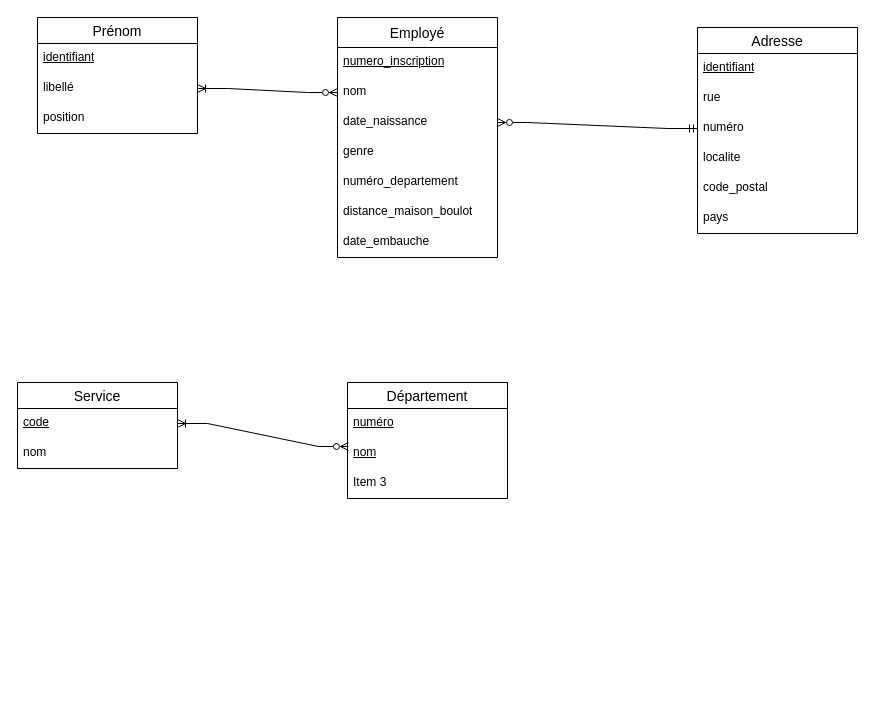
Earlier version of the draw.io diagram BDD_serie4.drawio (afhistos/DrawIO-Projects). Source tidied: cells renumbered, new cells numbered last; positions are measured from the earlier drawing's top-left corner, leaving out a move shared by most shapes. Both pictures are drawn from the tidied source at 100%, with x=0, y=0 at pixel (17, 17).
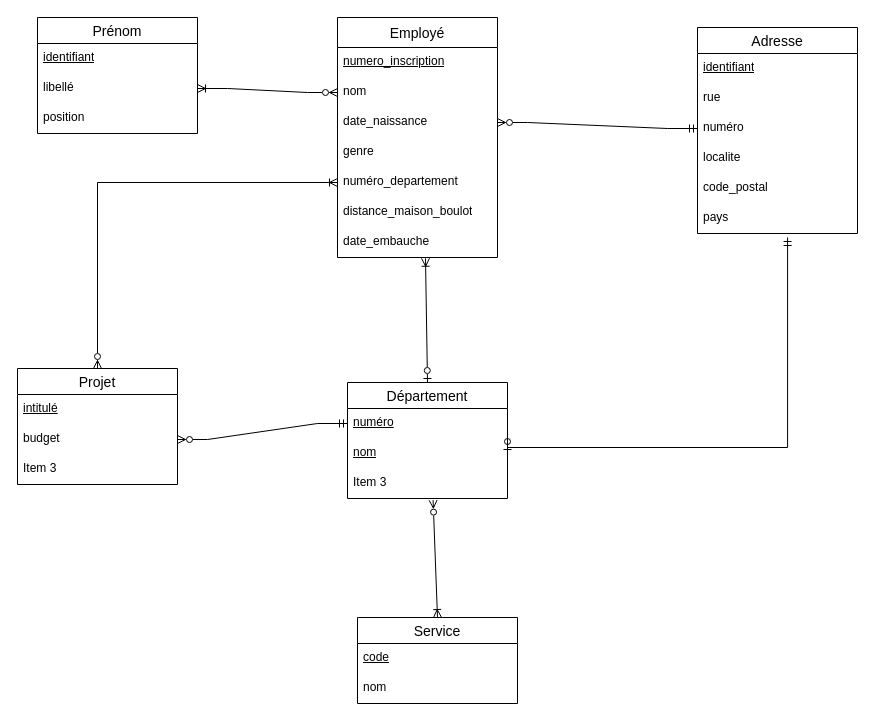
The same diagram, later.

Commit message (it also covers changes not shown here):
Mettre à jour BDD_serie4.drawio

Unchanged cells that the change refers to:
```xml
<mxCell id="7" value="numéro_departement" style="text;strokeColor=none;fillColor=none;spacingLeft=4;spacingRight=4;overflow=hidden;points=[[0,0.5],[1,0.5]];portConstraint=eastwest;fontSize=12;whiteSpace=wrap;html=1;" parent="2" vertex="1">
  <mxGeometry y="150" width="160" height="30" as="geometry" />
</mxCell>
<mxCell id="9" value="date_embauche" style="text;strokeColor=none;fillColor=none;spacingLeft=4;spacingRight=4;overflow=hidden;points=[[0,0.5],[1,0.5]];portConstraint=eastwest;fontSize=12;whiteSpace=wrap;html=1;" parent="2" vertex="1">
  <mxGeometry y="210" width="160" height="30" as="geometry" />
</mxCell>
<mxCell id="21" value="pays" style="text;strokeColor=none;fillColor=none;spacingLeft=4;spacingRight=4;overflow=hidden;points=[[0,0.5],[1,0.5]];portConstraint=eastwest;fontSize=12;whiteSpace=wrap;html=1;" parent="15" vertex="1">
  <mxGeometry y="176" width="160" height="30" as="geometry" />
</mxCell>
<mxCell id="23" value="Département" style="swimlane;fontStyle=0;horizontal=1;startSize=26;align=center;fontSize=14;" parent="1" vertex="1">
  <mxGeometry x="330" y="365" width="160" height="116" as="geometry" />
</mxCell>
<mxCell id="24" value="&lt;u&gt;numéro&lt;/u&gt;" style="text;strokeColor=none;fillColor=none;spacingLeft=4;spacingRight=4;overflow=hidden;points=[[0,0.5],[1,0.5]];portConstraint=eastwest;fontSize=12;whiteSpace=wrap;html=1;" parent="23" vertex="1">
  <mxGeometry y="26" width="160" height="30" as="geometry" />
</mxCell>
<mxCell id="25" value="&lt;u&gt;nom&lt;/u&gt;" style="text;strokeColor=none;fillColor=none;spacingLeft=4;spacingRight=4;overflow=hidden;points=[[0,0.5],[1,0.5]];portConstraint=eastwest;fontSize=12;whiteSpace=wrap;html=1;" parent="23" vertex="1">
  <mxGeometry y="56" width="160" height="30" as="geometry" />
</mxCell>
<mxCell id="26" value="Item 3" style="text;strokeColor=none;fillColor=none;spacingLeft=4;spacingRight=4;overflow=hidden;points=[[0,0.5],[1,0.5]];portConstraint=eastwest;fontSize=12;whiteSpace=wrap;html=1;" parent="23" vertex="1">
  <mxGeometry y="86" width="160" height="30" as="geometry" />
</mxCell>
<mxCell id="28" value="&lt;u&gt;code&lt;/u&gt;" style="text;strokeColor=none;fillColor=none;spacingLeft=4;spacingRight=4;overflow=hidden;points=[[0,0.5],[1,0.5]];portConstraint=eastwest;fontSize=12;whiteSpace=wrap;html=1;" parent="27" vertex="1">
  <mxGeometry y="26" width="160" height="30" as="geometry" />
</mxCell>
```

The edit, as a diff of the source:
```diff
@@
     <mxCell id="27" value="Service" style="swimlane;fontStyle=0;horizontal=1;startSize=26;align=center;fontSize=14;" parent="1" vertex="1">
-      <mxGeometry y="365" width="160" height="86" as="geometry" />
+      <mxGeometry x="340" y="600" width="160" height="86" as="geometry" />
     </mxCell>
@@
-    <mxCell id="30" style="edgeStyle=entityRelationEdgeStyle;fontSize=12;html=1;endArrow=ERzeroToMany;rounded=0;entryX=0.006;entryY=0.267;entryDx=0;entryDy=0;entryPerimeter=0;exitX=1;exitY=0.5;exitDx=0;exitDy=0;startArrow=ERoneToMany;startFill=0;endFill=0;" parent="1" edge="1" source="28" target="25">
+    <mxCell id="30" style="fontSize=12;html=1;endArrow=ERzeroToMany;rounded=0;entryX=0.535;entryY=1.055;entryDx=0;entryDy=0;entryPerimeter=0;exitX=0.5;exitY=0;exitDx=0;exitDy=0;startArrow=ERoneToMany;startFill=0;endFill=0;" parent="1" edge="1" source="27" target="26">
       <mxGeometry relative="1" as="geometry" />
     </mxCell>
+    <mxCell id="31" style="fontSize=12;html=1;endArrow=ERoneToMany;endFill=0;rounded=0;entryX=0.55;entryY=1.025;entryDx=0;entryDy=0;entryPerimeter=0;exitX=0.5;exitY=0;exitDx=0;exitDy=0;startArrow=ERzeroToOne;startFill=0;" parent="1" edge="1" source="23" target="9">
+      <mxGeometry relative="1" as="geometry" />
+    </mxCell>
+    <mxCell id="32" style="edgeStyle=elbowEdgeStyle;fontSize=12;html=1;endArrow=ERmandOne;rounded=0;elbow=vertical;entryX=0.563;entryY=1.133;entryDx=0;entryDy=0;entryPerimeter=0;exitX=1;exitY=0.5;exitDx=0;exitDy=0;startArrow=ERzeroToOne;startFill=0;endFill=0;" parent="1" edge="1" source="25" target="21">
+      <mxGeometry relative="1" as="geometry">
+        <Array as="points">
+          <mxPoint x="650" y="430" />
+        </Array>
+      </mxGeometry>
+    </mxCell>
+    <mxCell id="33" value="Projet" style="swimlane;fontStyle=0;horizontal=1;startSize=26;align=center;fontSize=14;" parent="1" vertex="1">
+      <mxGeometry y="351" width="160" height="116" as="geometry" />
+    </mxCell>
+    <mxCell id="34" value="&lt;u&gt;intitulé&lt;/u&gt;" style="text;strokeColor=none;fillColor=none;spacingLeft=4;spacingRight=4;overflow=hidden;fontSize=12;whiteSpace=wrap;html=1;" parent="33" vertex="1">
+      <mxGeometry y="26" width="160" height="30" as="geometry" />
+    </mxCell>
+    <mxCell id="35" value="budget" style="text;strokeColor=none;fillColor=none;spacingLeft=4;spacingRight=4;overflow=hidden;points=[[0,0.5],[1,0.5]];portConstraint=eastwest;fontSize=12;whiteSpace=wrap;html=1;" parent="33" vertex="1">
+      <mxGeometry y="56" width="160" height="30" as="geometry" />
+    </mxCell>
+    <mxCell id="36" value="Item 3" style="text;strokeColor=none;fillColor=none;spacingLeft=4;spacingRight=4;overflow=hidden;fontSize=12;whiteSpace=wrap;html=1;" parent="33" vertex="1">
+      <mxGeometry y="86" width="160" height="30" as="geometry" />
+    </mxCell>
+    <mxCell id="37" style="edgeStyle=entityRelationEdgeStyle;fontSize=12;html=1;endArrow=ERmandOne;rounded=0;entryX=0;entryY=0.5;entryDx=0;entryDy=0;exitX=1;exitY=0.5;exitDx=0;exitDy=0;startArrow=ERzeroToMany;startFill=0;endFill=0;" parent="1" edge="1" source="35" target="24">
+      <mxGeometry relative="1" as="geometry" />
+    </mxCell>
+    <mxCell id="38" style="edgeStyle=orthogonalEdgeStyle;fontSize=12;html=1;endArrow=ERoneToMany;rounded=0;entryX=0;entryY=0.5;entryDx=0;entryDy=0;exitX=0.5;exitY=0;exitDx=0;exitDy=0;startArrow=ERzeroToMany;startFill=0;" parent="1" edge="1" source="33" target="7">
+      <mxGeometry relative="1" as="geometry" />
+    </mxCell>
```
